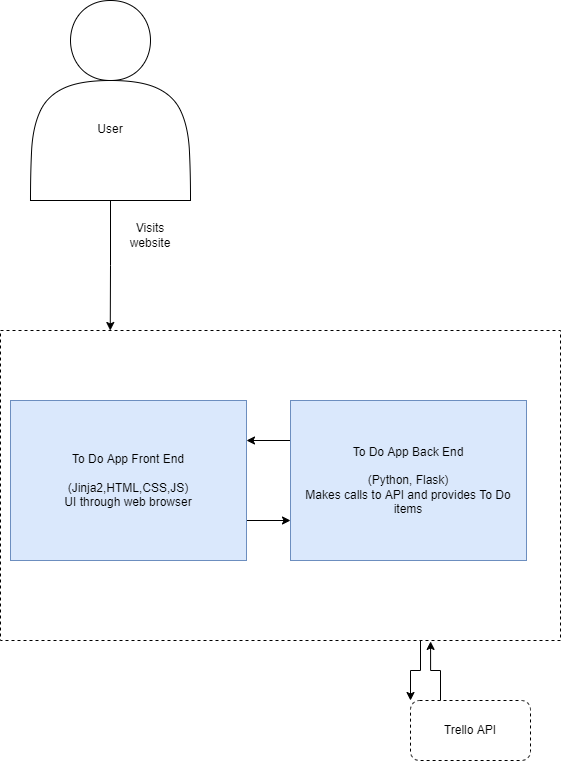
Before: Documentation/To Do App - Container Diagram.png, a diagram exported from draw.io (KeithLev/Devops-Course-Starter). Source tidied: cells renumbered, new cells last; positions are measured from the earlier drawing's top-left corner, leaving out a move shared by most shapes.
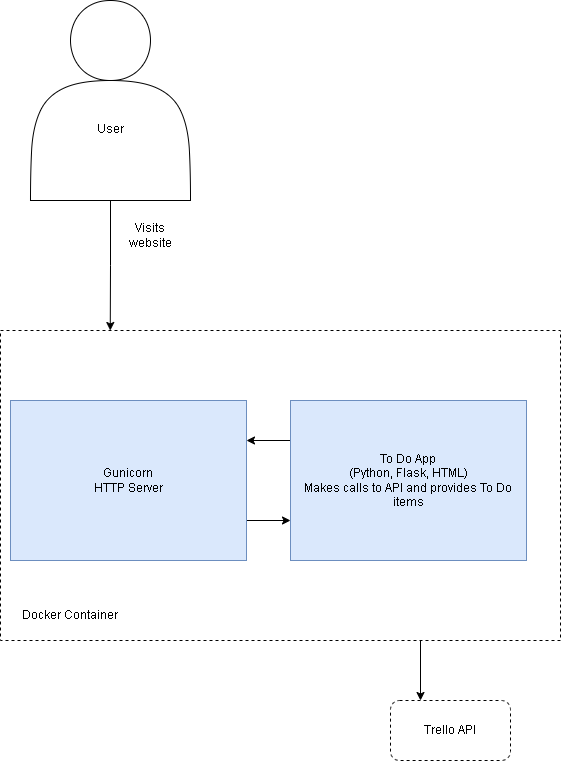
The same diagram one commit later.

What changed in the source:
```diff
@@ -2,7 +2,7 @@
   <root>
     <mxCell id="0" />
     <mxCell id="1" parent="0" />
-    <mxCell id="2" style="edgeStyle=orthogonalEdgeStyle;rounded=0;jettySize=auto;html=1;exitX=0.75;exitY=1;exitDx=0;exitDy=0;entryX=0;entryY=0;entryDx=0;entryDy=0;" parent="1" edge="1" source="3" target="11">
+    <mxCell id="2" style="edgeStyle=orthogonalEdgeStyle;rounded=0;jettySize=auto;html=1;exitX=0.75;exitY=1;exitDx=0;exitDy=0;entryX=0.25;entryY=0;entryDx=0;entryDy=0;" parent="1" edge="1" source="3" target="11">
       <mxGeometry relative="1" as="geometry" />
     </mxCell>
     <mxCell id="3" style="rounded=0;whiteSpace=wrap;html=1;dashed=1;fillColor=none;" parent="1" vertex="1">
@@ -17,23 +17,23 @@
     <mxCell id="6" style="edgeStyle=orthogonalEdgeStyle;rounded=0;jettySize=auto;html=1;exitX=1;exitY=0.75;exitDx=0;exitDy=0;entryX=0;entryY=0.75;entryDx=0;entryDy=0;" parent="1" edge="1" source="7" target="9">
       <mxGeometry relative="1" as="geometry" />
     </mxCell>
-    <mxCell id="7" value="To Do App Front End&lt;br&gt;&lt;br&gt;(Jinja2,HTML,CSS,JS)&lt;br&gt;UI through web browser" style="rounded=0;whiteSpace=wrap;html=1;fillColor=#dae8fc;strokeColor=#6c8ebf;" parent="1" vertex="1">
+    <mxCell id="7" value="Gunicorn&lt;br&gt;HTTP Server" style="rounded=0;whiteSpace=wrap;html=1;fillColor=#dae8fc;strokeColor=#6c8ebf;" parent="1" vertex="1">
       <mxGeometry x="10" y="400" width="236" height="160" as="geometry" />
     </mxCell>
     <mxCell id="8" style="edgeStyle=orthogonalEdgeStyle;rounded=0;jettySize=auto;html=1;exitX=0;exitY=0.25;exitDx=0;exitDy=0;entryX=1;entryY=0.25;entryDx=0;entryDy=0;" parent="1" edge="1" source="9" target="7">
       <mxGeometry relative="1" as="geometry" />
     </mxCell>
-    <mxCell id="9" value="To Do App Back End&lt;br&gt;&lt;br&gt;(Python, Flask)&lt;br&gt;Makes calls to API and provides To Do items" style="rounded=0;whiteSpace=wrap;html=1;fillColor=#dae8fc;strokeColor=#6c8ebf;" parent="1" vertex="1">
+    <mxCell id="9" value="To Do App&lt;br&gt;(Python, Flask, HTML)&lt;br&gt;Makes calls to API and provides To Do items" style="rounded=0;whiteSpace=wrap;html=1;fillColor=#dae8fc;strokeColor=#6c8ebf;" parent="1" vertex="1">
       <mxGeometry x="290" y="400" width="236" height="160" as="geometry" />
     </mxCell>
-    <mxCell id="10" style="edgeStyle=orthogonalEdgeStyle;rounded=0;jettySize=auto;html=1;exitX=0.25;exitY=0;exitDx=0;exitDy=0;entryX=0.768;entryY=1.003;entryDx=0;entryDy=0;entryPerimeter=0;" parent="1" edge="1" source="11" target="3">
-      <mxGeometry relative="1" as="geometry" />
-    </mxCell>
     <mxCell id="11" value="Trello API" style="rounded=1;whiteSpace=wrap;html=1;dashed=1;fillColor=none;" parent="1" vertex="1">
-      <mxGeometry x="410" y="700" width="120" height="60" as="geometry" />
+      <mxGeometry x="390" y="700" width="120" height="60" as="geometry" />
     </mxCell>
     <mxCell id="12" value="Visits website" style="text;html=1;strokeColor=none;fillColor=none;align=center;verticalAlign=middle;whiteSpace=wrap;rounded=0;dashed=1;" parent="1" vertex="1">
       <mxGeometry x="120" y="220" width="60" height="30" as="geometry" />
     </mxCell>
+    <mxCell id="13" value="Docker Container" style="text;html=1;strokeColor=none;fillColor=none;align=center;verticalAlign=middle;whiteSpace=wrap;rounded=0;" parent="1" vertex="1">
+      <mxGeometry x="20" y="600" width="100" height="30" as="geometry" />
+    </mxCell>
   </root>
 </mxGraphModel>
```
